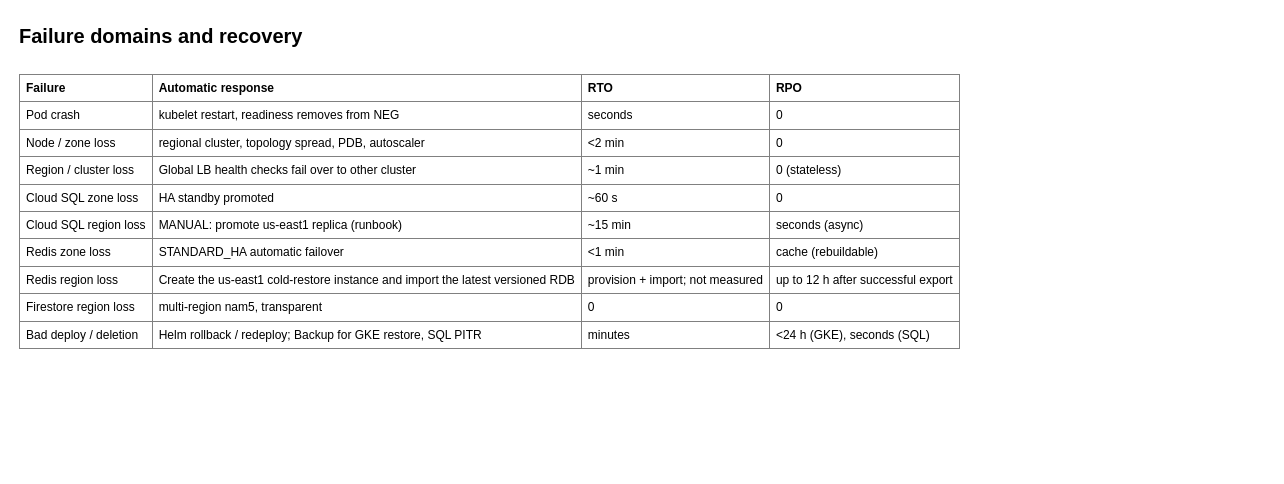
vamshikrishnagandu/gcp-gke-multicluster-platform keeps this draw.io diagram as page "SRE - HA and Disaster Recovery" (2 of 2) of diagrams/04-sre-observability-dr.drawio. Above is the earlier version. Source tidied: cells renumbered, new cells numbered last; positions are measured from the earlier drawing's top-left corner, leaving out a move shared by most shapes. Both pictures are drawn from the tidied source at 100%, with x=0, y=0 at pixel (17, 17).
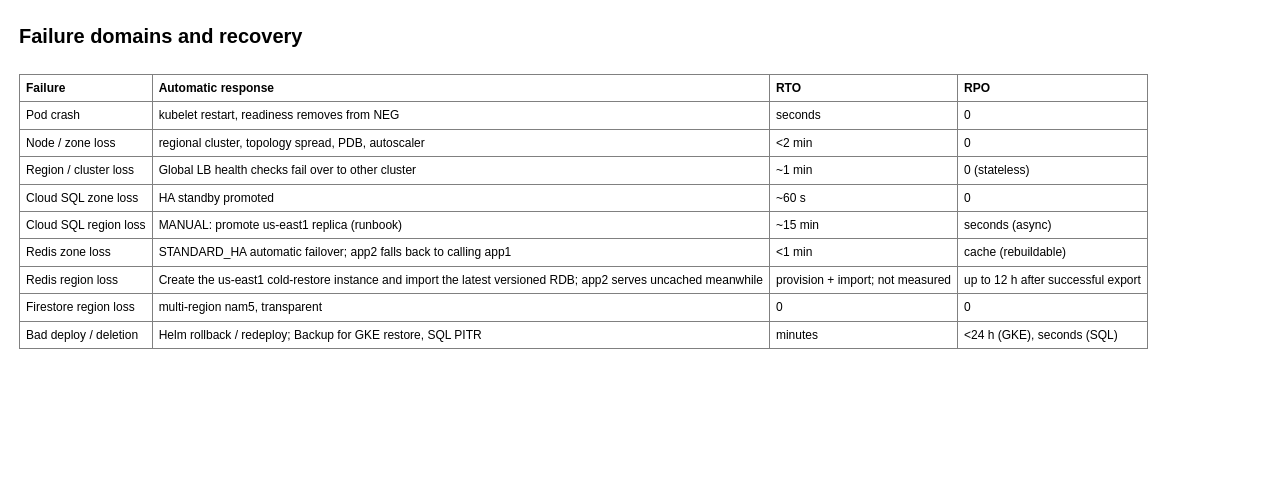
Above is the later version.

The edit, as a diff of the source:
```diff
@@
 <mxGraphModel>
   <root>
     <mxCell id="0" />
     <mxCell id="1" parent="0" />
     <mxCell id="2" value="&lt;b&gt;Failure domains and recovery&lt;/b&gt;" style="text;html=1;fontSize=20;" parent="1" vertex="1">
       <mxGeometry width="600" height="40" as="geometry" />
     </mxCell>
-    <mxCell id="3" value="&lt;table border=&quot;1&quot; cellpadding=&quot;6&quot; style=&quot;border-collapse:collapse&quot;&gt;&lt;tr&gt;&lt;th&gt;Failure&lt;/th&gt;&lt;th&gt;Automatic response&lt;/th&gt;&lt;th&gt;RTO&lt;/th&gt;&lt;th&gt;RPO&lt;/th&gt;&lt;/tr&gt;&lt;tr&gt;&lt;td&gt;Pod crash&lt;/td&gt;&lt;td&gt;kubelet restart, readiness removes from NEG&lt;/td&gt;&lt;td&gt;seconds&lt;/td&gt;&lt;td&gt;0&lt;/td&gt;&lt;/tr&gt;&lt;tr&gt;&lt;td&gt;Node / zone loss&lt;/td&gt;&lt;td&gt;regional cluster, topology spread, PDB, autoscaler&lt;/td&gt;&lt;td&gt;&amp;lt;2 min&lt;/td&gt;&lt;td&gt;0&lt;/td&gt;&lt;/tr&gt;&lt;tr&gt;&lt;td&gt;Region / cluster loss&lt;/td&gt;&lt;td&gt;Global LB health checks fail over to other cluster&lt;/td&gt;&lt;td&gt;~1 min&lt;/td&gt;&lt;td&gt;0 (stateless)&lt;/td&gt;&lt;/tr&gt;&lt;tr&gt;&lt;td&gt;Cloud SQL zone loss&lt;/td&gt;&lt;td&gt;HA standby promoted&lt;/td&gt;&lt;td&gt;~60 s&lt;/td&gt;&lt;td&gt;0&lt;/td&gt;&lt;/tr&gt;&lt;tr&gt;&lt;td&gt;Cloud SQL region loss&lt;/td&gt;&lt;td&gt;MANUAL: promote us-east1 replica (runbook)&lt;/td&gt;&lt;td&gt;~15 min&lt;/td&gt;&lt;td&gt;seconds (async)&lt;/td&gt;&lt;/tr&gt;&lt;tr&gt;&lt;td&gt;Redis zone loss&lt;/td&gt;&lt;td&gt;STANDARD_HA automatic failover&lt;/td&gt;&lt;td&gt;&amp;lt;1 min&lt;/td&gt;&lt;td&gt;cache (rebuildable)&lt;/td&gt;&lt;/tr&gt;&lt;tr&gt;&lt;td&gt;Redis region loss&lt;/td&gt;&lt;td&gt;Create the us-east1 cold-restore instance and import the latest versioned RDB&lt;/td&gt;&lt;td&gt;provision + import; not measured&lt;/td&gt;&lt;td&gt;up to 12 h after successful export&lt;/td&gt;&lt;/tr&gt;&lt;tr&gt;&lt;td&gt;Firestore region loss&lt;/td&gt;&lt;td&gt;multi-region nam5, transparent&lt;/td&gt;&lt;td&gt;0&lt;/td&gt;&lt;td&gt;0&lt;/td&gt;&lt;/tr&gt;&lt;tr&gt;&lt;td&gt;Bad deploy / deletion&lt;/td&gt;&lt;td&gt;Helm rollback / redeploy; Backup for GKE restore, SQL PITR&lt;/td&gt;&lt;td&gt;minutes&lt;/td&gt;&lt;td&gt;&amp;lt;24 h (GKE), seconds (SQL)&lt;/td&gt;&lt;/tr&gt;&lt;/table&gt;" style="text;html=1;whiteSpace=wrap;verticalAlign:top;" parent="1" vertex="1">
+    <mxCell id="3" value="&lt;table border=&quot;1&quot; cellpadding=&quot;6&quot; style=&quot;border-collapse:collapse&quot;&gt;&lt;tr&gt;&lt;th&gt;Failure&lt;/th&gt;&lt;th&gt;Automatic response&lt;/th&gt;&lt;th&gt;RTO&lt;/th&gt;&lt;th&gt;RPO&lt;/th&gt;&lt;/tr&gt;&lt;tr&gt;&lt;td&gt;Pod crash&lt;/td&gt;&lt;td&gt;kubelet restart, readiness removes from NEG&lt;/td&gt;&lt;td&gt;seconds&lt;/td&gt;&lt;td&gt;0&lt;/td&gt;&lt;/tr&gt;&lt;tr&gt;&lt;td&gt;Node / zone loss&lt;/td&gt;&lt;td&gt;regional cluster, topology spread, PDB, autoscaler&lt;/td&gt;&lt;td&gt;&amp;lt;2 min&lt;/td&gt;&lt;td&gt;0&lt;/td&gt;&lt;/tr&gt;&lt;tr&gt;&lt;td&gt;Region / cluster loss&lt;/td&gt;&lt;td&gt;Global LB health checks fail over to other cluster&lt;/td&gt;&lt;td&gt;~1 min&lt;/td&gt;&lt;td&gt;0 (stateless)&lt;/td&gt;&lt;/tr&gt;&lt;tr&gt;&lt;td&gt;Cloud SQL zone loss&lt;/td&gt;&lt;td&gt;HA standby promoted&lt;/td&gt;&lt;td&gt;~60 s&lt;/td&gt;&lt;td&gt;0&lt;/td&gt;&lt;/tr&gt;&lt;tr&gt;&lt;td&gt;Cloud SQL region loss&lt;/td&gt;&lt;td&gt;MANUAL: promote us-east1 replica (runbook)&lt;/td&gt;&lt;td&gt;~15 min&lt;/td&gt;&lt;td&gt;seconds (async)&lt;/td&gt;&lt;/tr&gt;&lt;tr&gt;&lt;td&gt;Redis zone loss&lt;/td&gt;&lt;td&gt;STANDARD_HA automatic failover; app2 falls back to calling app1&lt;/td&gt;&lt;td&gt;&amp;lt;1 min&lt;/td&gt;&lt;td&gt;cache (rebuildable)&lt;/td&gt;&lt;/tr&gt;&lt;tr&gt;&lt;td&gt;Redis region loss&lt;/td&gt;&lt;td&gt;Create the us-east1 cold-restore instance and import the latest versioned RDB; app2 serves uncached meanwhile&lt;/td&gt;&lt;td&gt;provision + import; not measured&lt;/td&gt;&lt;td&gt;up to 12 h after successful export&lt;/td&gt;&lt;/tr&gt;&lt;tr&gt;&lt;td&gt;Firestore region loss&lt;/td&gt;&lt;td&gt;multi-region nam5, transparent&lt;/td&gt;&lt;td&gt;0&lt;/td&gt;&lt;td&gt;0&lt;/td&gt;&lt;/tr&gt;&lt;tr&gt;&lt;td&gt;Bad deploy / deletion&lt;/td&gt;&lt;td&gt;Helm rollback / redeploy; Backup for GKE restore, SQL PITR&lt;/td&gt;&lt;td&gt;minutes&lt;/td&gt;&lt;td&gt;&amp;lt;24 h (GKE), seconds (SQL)&lt;/td&gt;&lt;/tr&gt;&lt;/table&gt;" style="text;html=1;whiteSpace=wrap;verticalAlign:top;" parent="1" vertex="1">
       <mxGeometry y="50" width="1250" height="400" as="geometry" />
     </mxCell>
   </root>
 </mxGraphModel>
```
